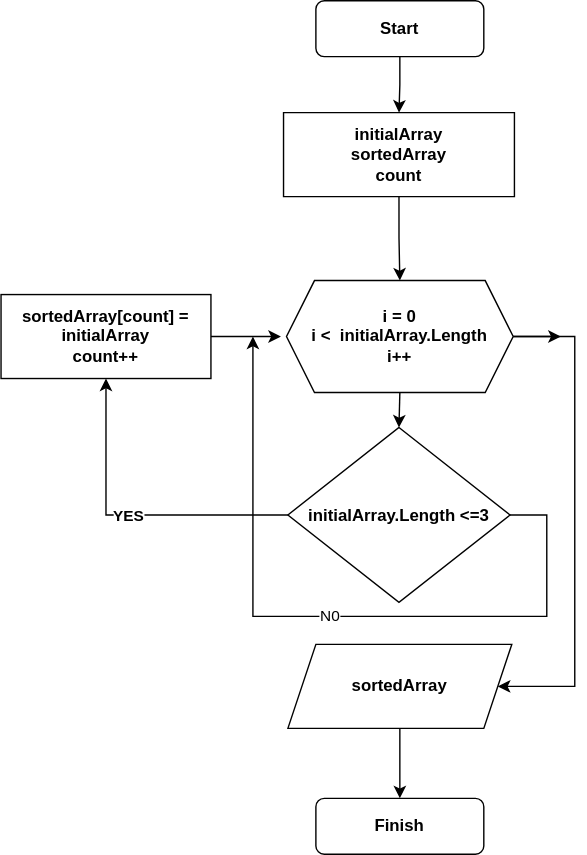
This is блок схема.drawio.svg from Segunok1/credit_work, a draw.io export, as it was before one commit. Source tidied: cells renumbered, new cells last; positions are measured from the earlier drawing's top-left corner, leaving out a move shared by most shapes.
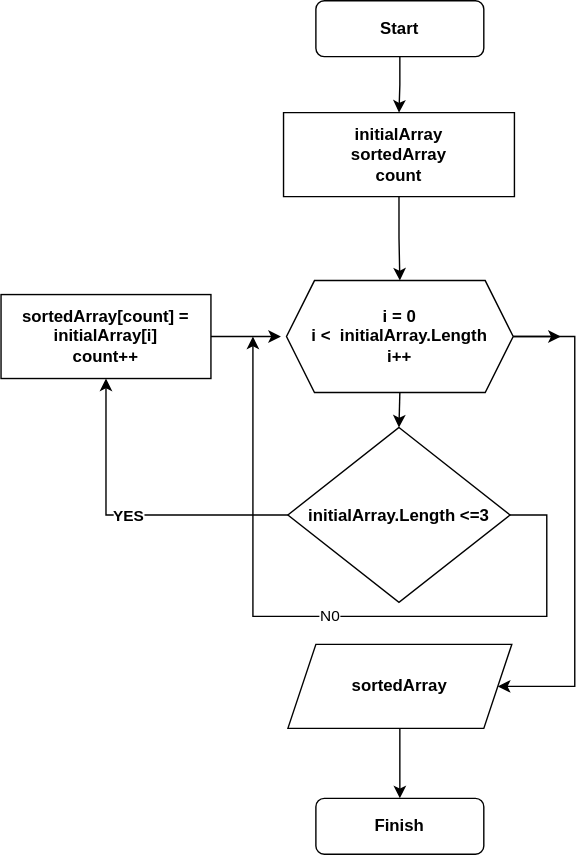
After the change.

What changed in the source:
```diff
@@ -57,7 +57,7 @@
         <mxPoint x="200" y="240" as="targetPoint" />
       </mxGeometry>
     </mxCell>
-    <mxCell id="15" value="sortedArray[count] =&lt;br&gt;initialArray&lt;br&gt;count++" style="rounded=0;whiteSpace=wrap;html=1;fontStyle=1;" parent="1" vertex="1">
+    <mxCell id="15" value="sortedArray[count] =&lt;br&gt;initialArray[i]&lt;br&gt;count++" style="rounded=0;whiteSpace=wrap;html=1;fontStyle=1;" parent="1" vertex="1">
       <mxGeometry y="210" width="150" height="60" as="geometry" />
     </mxCell>
     <mxCell id="16" style="edgeStyle=orthogonalEdgeStyle;rounded=0;jettySize=auto;html=1;exitX=0.5;exitY=1;exitDx=0;exitDy=0;entryX=0.5;entryY=0;entryDx=0;entryDy=0;" parent="1" edge="1" source="17" target="11">
```
